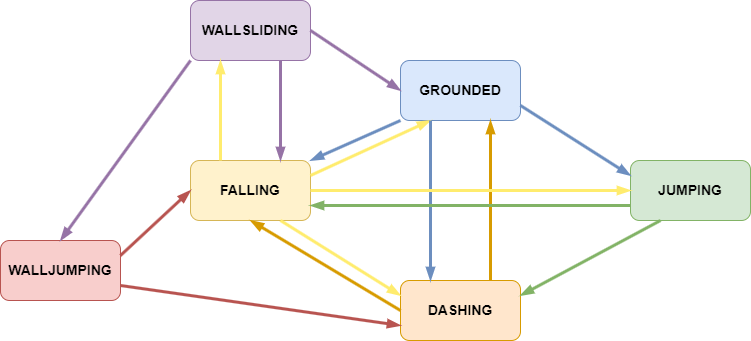
Before: Assets/Docs~/PlayerStates.png, a diagram exported from draw.io (DiegoRuizGil/Platformer-2D-Character-Controller-Unity). Source tidied: cells renumbered, new cells last; positions are measured from the earlier drawing's top-left corner, leaving out a move shared by most shapes.
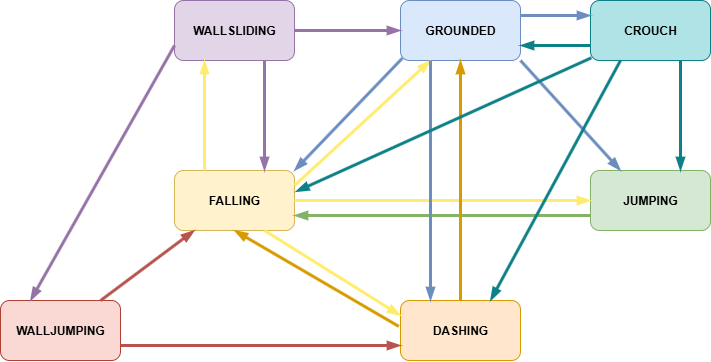
The same diagram one commit later.

Diff of the diagram source:
```diff
@@ -2,71 +2,86 @@
   <root>
     <mxCell id="0" />
     <mxCell id="1" parent="0" />
-    <mxCell id="2" value="&lt;b&gt;&lt;font style=&quot;font-size: 14px;&quot;&gt;GROUNDED&lt;/font&gt;&lt;/b&gt;" style="rounded=1;whiteSpace=wrap;html=1;fillColor=#dae8fc;strokeColor=#6c8ebf;" parent="1" vertex="1">
-      <mxGeometry x="400" y="60" width="120" height="60" as="geometry" />
-    </mxCell>
-    <mxCell id="3" value="&lt;span style=&quot;font-size: 14px;&quot;&gt;&lt;b&gt;JUMPING&lt;/b&gt;&lt;/span&gt;" style="rounded=1;whiteSpace=wrap;html=1;fillColor=#d5e8d4;strokeColor=#82b366;" parent="1" vertex="1">
-      <mxGeometry x="630" y="160" width="120" height="60" as="geometry" />
-    </mxCell>
-    <mxCell id="4" value="&lt;b&gt;&lt;font style=&quot;font-size: 14px;&quot;&gt;FALLING&lt;/font&gt;&lt;/b&gt;" style="rounded=1;whiteSpace=wrap;html=1;fillColor=#fff2cc;strokeColor=#d6b656;" parent="1" vertex="1">
-      <mxGeometry x="190" y="160" width="120" height="60" as="geometry" />
-    </mxCell>
-    <mxCell id="5" value="&lt;b&gt;&lt;font style=&quot;font-size: 14px;&quot;&gt;WALLSLIDING&lt;/font&gt;&lt;/b&gt;" style="rounded=1;whiteSpace=wrap;html=1;fillColor=#e1d5e7;strokeColor=#9673a6;" parent="1" vertex="1">
-      <mxGeometry x="190" width="120" height="60" as="geometry" />
-    </mxCell>
-    <mxCell id="6" value="&lt;b&gt;&lt;font style=&quot;font-size: 14px;&quot;&gt;WALLJUMPING&lt;/font&gt;&lt;/b&gt;" style="rounded=1;whiteSpace=wrap;html=1;fillColor=#f8cecc;strokeColor=#b85450;" parent="1" vertex="1">
-      <mxGeometry y="240" width="120" height="60" as="geometry" />
+    <mxCell id="6" value="&lt;b&gt;WALLJUMPING&lt;/b&gt;" style="rounded=1;whiteSpace=wrap;html=1;fillColor=#fad9d5;strokeColor=#ae4132;" parent="1" vertex="1">
+      <mxGeometry x="11" y="350" width="120" height="60" as="geometry" />
     </mxCell>
-    <mxCell id="7" value="&lt;b&gt;&lt;font style=&quot;font-size: 14px;&quot;&gt;DASHING&lt;/font&gt;&lt;/b&gt;" style="rounded=1;whiteSpace=wrap;html=1;fillColor=#ffe6cc;strokeColor=#d79b00;" parent="1" vertex="1">
-      <mxGeometry x="400" y="280" width="120" height="60" as="geometry" />
+    <mxCell id="7" value="&lt;b&gt;DASHING&lt;/b&gt;" style="rounded=1;whiteSpace=wrap;html=1;fillColor=#ffe6cc;strokeColor=#d79b00;" parent="1" vertex="1">
+      <mxGeometry x="411" y="350" width="120" height="60" as="geometry" />
     </mxCell>
+    <mxCell id="4" value="&lt;b&gt;FALLING&lt;/b&gt;" style="rounded=1;whiteSpace=wrap;html=1;fillColor=#fff2cc;strokeColor=#d6b656;" parent="1" vertex="1">
+      <mxGeometry x="185" y="220" width="120" height="60" as="geometry" />
+    </mxCell>
+    <mxCell id="20" style="endArrow=blockThin;html=1;rounded=0;endFill=1;endSize=6;startSize=6;jumpSize=6;strokeWidth=3;strokeColor=#b85450;fillColor=#f8cecc;" parent="1" edge="1" source="6" target="4">
+      <mxGeometry relative="1" as="geometry" />
+    </mxCell>
+    <mxCell id="23" style="endArrow=blockThin;html=1;rounded=0;endFill=1;endSize=6;startSize=6;jumpSize=6;strokeWidth=3;strokeColor=#b85450;fillColor=#f8cecc;exitX=1;exitY=0.75;exitDx=0;exitDy=0;entryX=0;entryY=0.75;entryDx=0;entryDy=0;" parent="1" edge="1" source="6" target="7">
+      <mxGeometry relative="1" as="geometry" />
+    </mxCell>
+    <mxCell id="5" value="&lt;b&gt;WALLSLIDING&lt;/b&gt;" style="rounded=1;whiteSpace=wrap;html=1;fillColor=#e1d5e7;strokeColor=#9673a6;" parent="1" vertex="1">
+      <mxGeometry x="185" y="50" width="120" height="60" as="geometry" />
+    </mxCell>
+    <mxCell id="18" style="endArrow=blockThin;html=1;rounded=0;endFill=1;endSize=6;startSize=6;jumpSize=6;strokeWidth=3;strokeColor=#FFEC6E;entryX=0.25;entryY=1;entryDx=0;entryDy=0;exitX=0.25;exitY=0;exitDx=0;exitDy=0;" parent="1" edge="1" source="4" target="5">
+      <mxGeometry relative="1" as="geometry" />
+    </mxCell>
+    <mxCell id="17" style="endArrow=blockThin;html=1;rounded=0;endFill=1;endSize=6;startSize=6;jumpSize=6;strokeWidth=3;strokeColor=#9673a6;entryX=0.75;entryY=0;entryDx=0;entryDy=0;exitX=0.75;exitY=1;exitDx=0;exitDy=0;fillColor=#e1d5e7;" parent="1" edge="1" source="5" target="4">
+      <mxGeometry relative="1" as="geometry" />
+    </mxCell>
+    <mxCell id="19" style="endArrow=blockThin;html=1;rounded=0;endFill=1;endSize=6;startSize=6;jumpSize=6;strokeWidth=3;strokeColor=#9673a6;entryX=0.25;entryY=0;entryDx=0;entryDy=0;fillColor=#e1d5e7;exitX=0;exitY=0.75;exitDx=0;exitDy=0;" parent="1" edge="1" source="5" target="6">
+      <mxGeometry relative="1" as="geometry" />
+    </mxCell>
+    <mxCell id="2" value="&lt;b&gt;GROUNDED&lt;/b&gt;" style="rounded=1;whiteSpace=wrap;html=1;fillColor=#dae8fc;strokeColor=#6c8ebf;" parent="1" vertex="1">
+      <mxGeometry x="411" y="50" width="120" height="60" as="geometry" />
+    </mxCell>
+    <mxCell id="16" style="endArrow=blockThin;html=1;rounded=0;endFill=1;endSize=6;startSize=6;jumpSize=6;strokeWidth=3;strokeColor=#9673a6;fillColor=#e1d5e7;" parent="1" edge="1" source="5" target="2">
+      <mxGeometry relative="1" as="geometry" />
+    </mxCell>
+    <mxCell id="9" style="endArrow=blockThin;html=1;rounded=0;endFill=1;endSize=6;startSize=6;jumpSize=6;strokeWidth=3;strokeColor=#6c8ebf;fillColor=#dae8fc;entryX=1;entryY=0;entryDx=0;entryDy=0;exitX=0.017;exitY=0.959;exitDx=0;exitDy=0;exitPerimeter=0;" parent="1" edge="1" source="2" target="4">
+      <mxGeometry relative="1" as="geometry" />
+    </mxCell>
-    <mxCell id="8" style="endArrow=blockThin;html=1;rounded=0;jumpSize=6;strokeWidth=3;endFill=1;exitX=1;exitY=0.25;exitDx=0;exitDy=0;entryX=0.25;entryY=1;entryDx=0;entryDy=0;fillColor=#fff2cc;strokeColor=#FFEC6E;" parent="1" edge="1" source="4" target="2">
+    <mxCell id="8" style="endArrow=blockThin;html=1;rounded=0;endFill=1;endSize=6;startSize=6;jumpSize=6;strokeWidth=3;strokeColor=#FFEC6E;entryX=0.25;entryY=1;entryDx=0;entryDy=0;exitX=1;exitY=0.25;exitDx=0;exitDy=0;" parent="1" edge="1" source="4" target="2">
       <mxGeometry relative="1" as="geometry" />
     </mxCell>
-    <mxCell id="9" style="endArrow=blockThin;html=1;rounded=0;jumpSize=6;strokeWidth=3;endFill=1;exitX=0;exitY=1;exitDx=0;exitDy=0;entryX=1;entryY=0;entryDx=0;entryDy=0;fillColor=#dae8fc;strokeColor=#6c8ebf;" parent="1" edge="1" source="2" target="4">
-      <mxGeometry relative="1" as="geometry" />
-    </mxCell>
-    <mxCell id="10" style="endArrow=blockThin;html=1;rounded=0;jumpSize=6;strokeWidth=3;endFill=1;exitX=0.25;exitY=1;exitDx=0;exitDy=0;entryX=0.25;entryY=0;entryDx=0;entryDy=0;fillColor=#dae8fc;strokeColor=#6c8ebf;" parent="1" edge="1" source="2" target="7">
-      <mxGeometry relative="1" as="geometry" />
-    </mxCell>
-    <mxCell id="11" style="endArrow=none;html=1;rounded=0;jumpSize=6;strokeWidth=3;endFill=0;exitX=0.75;exitY=1;exitDx=0;exitDy=0;entryX=0.75;entryY=0;entryDx=0;entryDy=0;startArrow=blockThin;startFill=1;fillColor=#ffe6cc;strokeColor=#d79b00;" parent="1" edge="1" source="2" target="7">
-      <mxGeometry relative="1" as="geometry" />
-    </mxCell>
-    <mxCell id="12" style="endArrow=blockThin;html=1;rounded=0;jumpSize=6;strokeWidth=3;endFill=1;exitX=1;exitY=0.75;exitDx=0;exitDy=0;entryX=0;entryY=0.25;entryDx=0;entryDy=0;fillColor=#dae8fc;strokeColor=#6c8ebf;" parent="1" edge="1" source="2" target="3">
-      <mxGeometry relative="1" as="geometry" />
-    </mxCell>
+    <mxCell id="3" value="&lt;b&gt;JUMPING&lt;/b&gt;" style="rounded=1;whiteSpace=wrap;html=1;fillColor=#d5e8d4;strokeColor=#82b366;" parent="1" vertex="1">
+      <mxGeometry x="601" y="220" width="120" height="60" as="geometry" />
+    </mxCell>
-    <mxCell id="13" style="endArrow=blockThin;html=1;rounded=0;jumpSize=6;strokeWidth=3;endFill=1;exitX=1;exitY=0.5;exitDx=0;exitDy=0;entryX=0;entryY=0.5;entryDx=0;entryDy=0;fillColor=#fff2cc;strokeColor=#FFEC6E;" parent="1" edge="1" source="4" target="3">
+    <mxCell id="13" style="endArrow=blockThin;html=1;rounded=0;endFill=1;endSize=6;startSize=6;jumpSize=6;strokeWidth=3;strokeColor=#FFEC6E;entryX=0;entryY=0.5;entryDx=0;entryDy=0;" parent="1" edge="1" source="4" target="3">
       <mxGeometry relative="1" as="geometry" />
     </mxCell>
-    <mxCell id="14" style="endArrow=blockThin;html=1;rounded=0;jumpSize=6;strokeWidth=3;endFill=1;exitX=0;exitY=0.75;exitDx=0;exitDy=0;entryX=1;entryY=0.75;entryDx=0;entryDy=0;fillColor=#d5e8d4;strokeColor=#82b366;" parent="1" edge="1" source="3" target="4">
+    <mxCell id="14" style="endArrow=blockThin;html=1;rounded=0;endFill=1;endSize=6;startSize=6;jumpSize=6;strokeWidth=3;strokeColor=#82b366;entryX=1;entryY=0.75;entryDx=0;entryDy=0;exitX=0;exitY=0.75;exitDx=0;exitDy=0;fillColor=#d5e8d4;" parent="1" edge="1" source="3" target="4">
       <mxGeometry relative="1" as="geometry" />
     </mxCell>
+    <mxCell id="12" style="endArrow=blockThin;html=1;rounded=0;endFill=1;endSize=6;startSize=6;jumpSize=6;strokeWidth=3;strokeColor=#6c8ebf;fillColor=#dae8fc;entryX=0.25;entryY=0;entryDx=0;entryDy=0;exitX=1;exitY=1;exitDx=0;exitDy=0;" parent="1" edge="1" source="2" target="3">
+      <mxGeometry relative="1" as="geometry" />
+    </mxCell>
+    <mxCell id="24" style="endArrow=blockThin;html=1;rounded=0;endFill=1;endSize=6;startSize=6;jumpSize=6;strokeWidth=3;strokeColor=#6c8ebf;fillColor=#dae8fc;entryX=0.25;entryY=0;entryDx=0;entryDy=0;exitX=0.25;exitY=1;exitDx=0;exitDy=0;" parent="1" edge="1" source="2" target="7">
+      <mxGeometry relative="1" as="geometry" />
+    </mxCell>
+    <mxCell id="25" style="endArrow=blockThin;html=1;rounded=0;endFill=1;endSize=6;startSize=6;jumpSize=6;strokeWidth=3;strokeColor=#d79b00;fillColor=#ffe6cc;entryX=0.5;entryY=1;entryDx=0;entryDy=0;exitX=0.5;exitY=0;exitDx=0;exitDy=0;" parent="1" edge="1" source="7" target="2">
+      <mxGeometry relative="1" as="geometry" />
+    </mxCell>
-    <mxCell id="15" style="endArrow=blockThin;html=1;rounded=0;jumpSize=6;strokeWidth=3;endFill=1;entryX=0.5;entryY=1;entryDx=0;entryDy=0;exitX=0;exitY=0.5;exitDx=0;exitDy=0;fillColor=#ffe6cc;strokeColor=#d79b00;" parent="1" edge="1" source="7" target="4">
+    <mxCell id="15" style="endArrow=blockThin;html=1;rounded=0;endFill=1;endSize=6;startSize=6;jumpSize=6;strokeWidth=3;strokeColor=#d79b00;fillColor=#ffe6cc;entryX=0.5;entryY=1;entryDx=0;entryDy=0;exitX=-0.014;exitY=0.432;exitDx=0;exitDy=0;exitPerimeter=0;" parent="1" edge="1" source="7" target="4">
       <mxGeometry relative="1" as="geometry" />
     </mxCell>
-    <mxCell id="16" style="endArrow=blockThin;html=1;rounded=0;jumpSize=6;strokeWidth=3;endFill=1;exitX=1;exitY=0.5;exitDx=0;exitDy=0;entryX=0;entryY=0.5;entryDx=0;entryDy=0;fillColor=#e1d5e7;strokeColor=#9673a6;" parent="1" edge="1" source="5" target="2">
-      <mxGeometry relative="1" as="geometry" />
-    </mxCell>
-    <mxCell id="17" style="endArrow=blockThin;html=1;rounded=0;jumpSize=6;strokeWidth=3;endFill=1;exitX=0.75;exitY=1;exitDx=0;exitDy=0;entryX=0.75;entryY=0;entryDx=0;entryDy=0;fillColor=#e1d5e7;strokeColor=#9673a6;" parent="1" edge="1" source="5" target="4">
-      <mxGeometry relative="1" as="geometry" />
-    </mxCell>
-    <mxCell id="18" style="endArrow=blockThin;html=1;rounded=0;jumpSize=6;strokeWidth=3;endFill=1;exitX=0.25;exitY=0;exitDx=0;exitDy=0;entryX=0.25;entryY=1;entryDx=0;entryDy=0;fillColor=#fff2cc;strokeColor=#FFEC6E;" parent="1" edge="1" source="4" target="5">
-      <mxGeometry relative="1" as="geometry" />
-    </mxCell>
-    <mxCell id="19" style="endArrow=blockThin;html=1;rounded=0;jumpSize=6;strokeWidth=3;endFill=1;exitX=0;exitY=1;exitDx=0;exitDy=0;entryX=0.5;entryY=0;entryDx=0;entryDy=0;fillColor=#e1d5e7;strokeColor=#9673a6;" parent="1" edge="1" source="5" target="6">
-      <mxGeometry relative="1" as="geometry" />
-    </mxCell>
-    <mxCell id="20" style="endArrow=blockThin;html=1;rounded=0;jumpSize=6;strokeWidth=3;endFill=1;exitX=1;exitY=0.25;exitDx=0;exitDy=0;entryX=0;entryY=0.5;entryDx=0;entryDy=0;fillColor=#f8cecc;strokeColor=#b85450;" parent="1" edge="1" source="6" target="4">
-      <mxGeometry relative="1" as="geometry" />
-    </mxCell>
-    <mxCell id="21" style="endArrow=blockThin;html=1;rounded=0;jumpSize=6;strokeWidth=3;endFill=1;exitX=0.75;exitY=1;exitDx=0;exitDy=0;entryX=0;entryY=0.25;entryDx=0;entryDy=0;fillColor=#fff2cc;strokeColor=#FFEC6E;" parent="1" edge="1" source="4" target="7">
+    <mxCell id="21" style="endArrow=blockThin;html=1;rounded=0;endFill=1;endSize=6;startSize=6;jumpSize=6;strokeWidth=3;strokeColor=#FFEC6E;entryX=0;entryY=0.25;entryDx=0;entryDy=0;exitX=0.75;exitY=1;exitDx=0;exitDy=0;" parent="1" edge="1" source="4" target="7">
       <mxGeometry relative="1" as="geometry" />
     </mxCell>
-    <mxCell id="22" style="endArrow=blockThin;html=1;rounded=0;jumpSize=6;strokeWidth=3;endFill=1;exitX=0.25;exitY=1;exitDx=0;exitDy=0;entryX=1;entryY=0.25;entryDx=0;entryDy=0;fillColor=#d5e8d4;strokeColor=#82b366;" parent="1" edge="1" source="3" target="7">
-      <mxGeometry relative="1" as="geometry" />
-    </mxCell>
-    <mxCell id="23" style="endArrow=blockThin;html=1;rounded=0;jumpSize=6;strokeWidth=3;endFill=1;entryX=0;entryY=0.75;entryDx=0;entryDy=0;exitX=1;exitY=0.75;exitDx=0;exitDy=0;fillColor=#f8cecc;strokeColor=#b85450;" parent="1" edge="1" source="6" target="7">
-      <mxGeometry relative="1" as="geometry" />
-    </mxCell>
+    <mxCell id="26" value="&lt;b&gt;CROUCH&lt;/b&gt;" style="rounded=1;whiteSpace=wrap;html=1;fillColor=#b0e3e6;strokeColor=#0e8088;" parent="1" vertex="1">
+      <mxGeometry x="601" y="50" width="120" height="60" as="geometry" />
+    </mxCell>
+    <mxCell id="27" style="endArrow=blockThin;html=1;rounded=0;endFill=1;endSize=6;startSize=6;jumpSize=6;strokeWidth=3;strokeColor=#6c8ebf;fillColor=#dae8fc;entryX=0;entryY=0.25;entryDx=0;entryDy=0;exitX=1;exitY=0.25;exitDx=0;exitDy=0;" parent="1" edge="1" source="2" target="26">
+      <mxGeometry relative="1" as="geometry" />
+    </mxCell>
+    <mxCell id="28" style="endArrow=blockThin;html=1;rounded=0;endFill=1;endSize=6;startSize=6;jumpSize=6;strokeWidth=3;strokeColor=#0e8088;fillColor=#b0e3e6;entryX=1;entryY=0.75;entryDx=0;entryDy=0;exitX=0;exitY=0.75;exitDx=0;exitDy=0;" parent="1" edge="1" source="26" target="2">
+      <mxGeometry relative="1" as="geometry" />
+    </mxCell>
+    <mxCell id="29" style="endArrow=blockThin;html=1;rounded=0;endFill=1;endSize=6;startSize=6;jumpSize=6;strokeWidth=3;strokeColor=#0e8088;fillColor=#b0e3e6;entryX=1.012;entryY=0.352;entryDx=0;entryDy=0;exitX=0.008;exitY=0.955;exitDx=0;exitDy=0;entryPerimeter=0;exitPerimeter=0;" parent="1" edge="1" source="26" target="4">
+      <mxGeometry relative="1" as="geometry" />
+    </mxCell>
+    <mxCell id="30" style="endArrow=blockThin;html=1;rounded=0;endFill=1;endSize=6;startSize=6;jumpSize=6;strokeWidth=3;strokeColor=#0e8088;fillColor=#b0e3e6;entryX=0.75;entryY=0;entryDx=0;entryDy=0;exitX=0.75;exitY=1;exitDx=0;exitDy=0;" parent="1" edge="1" source="26" target="3">
+      <mxGeometry relative="1" as="geometry" />
+    </mxCell>
+    <mxCell id="31" style="endArrow=blockThin;html=1;rounded=0;endFill=1;endSize=6;startSize=6;jumpSize=6;strokeWidth=3;strokeColor=#0e8088;fillColor=#b0e3e6;entryX=0.75;entryY=0;entryDx=0;entryDy=0;exitX=0.25;exitY=1;exitDx=0;exitDy=0;" parent="1" edge="1" source="26" target="7">
+      <mxGeometry relative="1" as="geometry" />
+    </mxCell>
   </root>
 </mxGraphModel>
```
